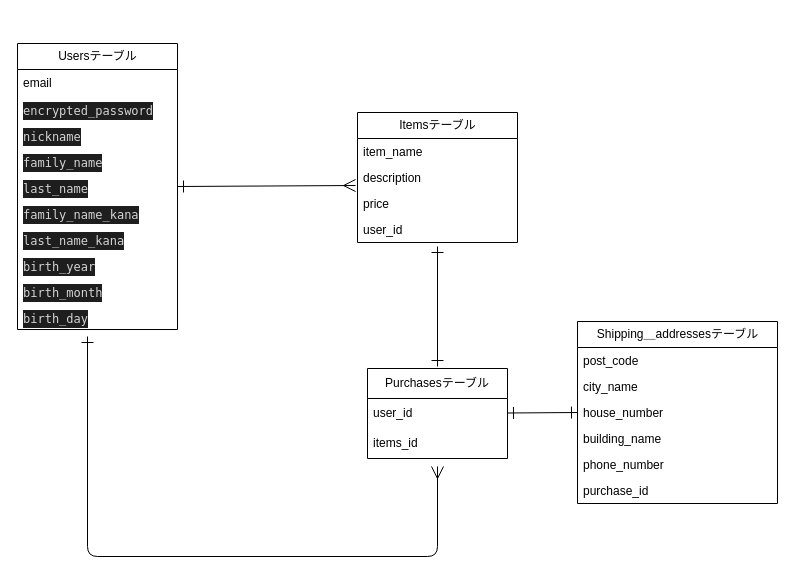
Before: er.dio in tosamau/furima-38803-1, a draw.io diagram. Source tidied: cells renumbered, new cells numbered last; positions are measured from the earlier drawing's top-left corner, leaving out a move shared by most shapes. Both pictures are drawn from the tidied source at 100%, with x=0, y=0 at pixel (17, 43).
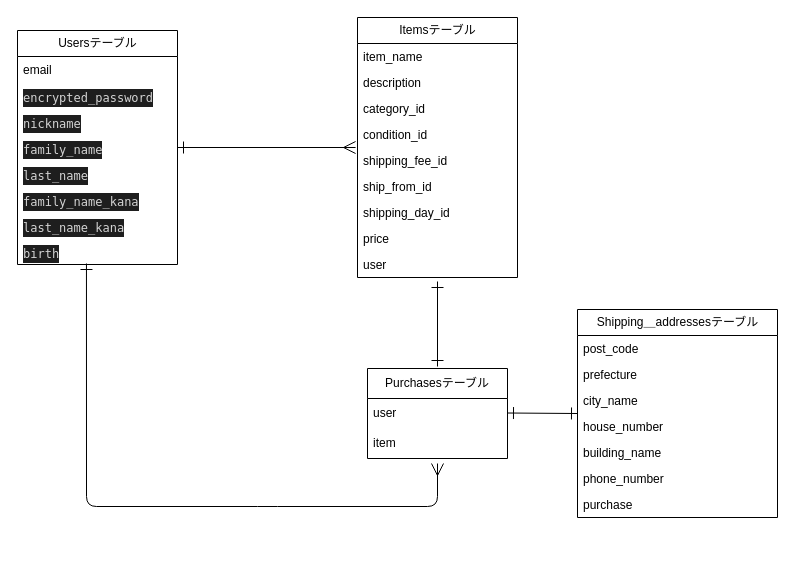
After the change.

The change refers to these unchanged cells:
```xml
<mxCell id="6" value="&lt;div style=&quot;color: rgb(212, 212, 212); background-color: rgb(30, 30, 30); font-family: Menlo, Monaco, &amp;quot;Courier New&amp;quot;, monospace; line-height: 18px;&quot;&gt;family_name&lt;/div&gt;" style="text;strokeColor=none;fillColor=none;align=left;verticalAlign=top;spacingLeft=4;spacingRight=4;overflow=hidden;points=[[0,0.5],[1,0.5]];portConstraint=eastwest;whiteSpace=wrap;html=1;" parent="2" vertex="1">
  <mxGeometry y="104" width="160" height="26" as="geometry" />
</mxCell>
<mxCell id="7" value="&lt;div style=&quot;color: rgb(212, 212, 212); background-color: rgb(30, 30, 30); font-family: Menlo, Monaco, &amp;quot;Courier New&amp;quot;, monospace; line-height: 18px;&quot;&gt;last_name&lt;/div&gt;" style="text;strokeColor=none;fillColor=none;align=left;verticalAlign=top;spacingLeft=4;spacingRight=4;overflow=hidden;points=[[0,0.5],[1,0.5]];portConstraint=eastwest;whiteSpace=wrap;html=1;" parent="2" vertex="1">
  <mxGeometry y="130" width="160" height="26" as="geometry" />
</mxCell>
<mxCell id="28" value="Purchasesテーブル" style="swimlane;fontStyle=0;horizontal=1;startSize=30;whiteSpace=wrap;html=1;" parent="1" vertex="1">
  <mxGeometry x="350" y="325" width="140" height="90" as="geometry" />
</mxCell>
```

What changed in the source:
```diff
@@
     <mxCell id="2" value="Usersテーブル" style="swimlane;fontStyle=0;horizontal=1;startSize=26;fillColor=none;html=1;" parent="1" vertex="1">
-      <mxGeometry width="160" height="286" as="geometry" />
+      <mxGeometry y="-13" width="160" height="234" as="geometry" />
     </mxCell>
@@
-    <mxCell id="10" value="&lt;div style=&quot;color: rgb(212, 212, 212); background-color: rgb(30, 30, 30); font-family: Menlo, Monaco, &amp;quot;Courier New&amp;quot;, monospace; line-height: 18px;&quot;&gt;birth_year&lt;/div&gt;" style="text;strokeColor=none;fillColor=none;align=left;verticalAlign=top;spacingLeft=4;spacingRight=4;overflow=hidden;points=[[0,0.5],[1,0.5]];portConstraint=eastwest;whiteSpace=wrap;html=1;" parent="2" vertex="1">
+    <mxCell id="10" value="&lt;div style=&quot;color: rgb(212, 212, 212); background-color: rgb(30, 30, 30); font-family: Menlo, Monaco, &amp;quot;Courier New&amp;quot;, monospace; line-height: 18px;&quot;&gt;birth&lt;/div&gt;" style="text;strokeColor=none;fillColor=none;align=left;verticalAlign=top;spacingLeft=4;spacingRight=4;overflow=hidden;points=[[0,0.5],[1,0.5]];portConstraint=eastwest;whiteSpace=wrap;html=1;" parent="2" vertex="1">
       <mxGeometry y="208" width="160" height="26" as="geometry" />
     </mxCell>
-    <mxCell id="11" value="&lt;div style=&quot;color: rgb(212, 212, 212); background-color: rgb(30, 30, 30); font-family: Menlo, Monaco, &amp;quot;Courier New&amp;quot;, monospace; line-height: 18px;&quot;&gt;birth_month&lt;/div&gt;" style="text;strokeColor=none;fillColor=none;align=left;verticalAlign=top;spacingLeft=4;spacingRight=4;overflow=hidden;whiteSpace=wrap;html=1;" parent="2" vertex="1">
-      <mxGeometry y="234" width="160" height="26" as="geometry" />
-    </mxCell>
-    <mxCell id="12" value="&lt;div style=&quot;color: rgb(212, 212, 212); background-color: rgb(30, 30, 30); font-family: Menlo, Monaco, &amp;quot;Courier New&amp;quot;, monospace; line-height: 18px;&quot;&gt;birth_day&lt;/div&gt;" style="text;strokeColor=none;fillColor=none;align=left;verticalAlign=top;spacingLeft=4;spacingRight=4;overflow=hidden;whiteSpace=wrap;html=1;" parent="2" vertex="1">
-      <mxGeometry y="260" width="160" height="26" as="geometry" />
-    </mxCell>
     <mxCell id="13" value="Itemsテーブル" style="swimlane;fontStyle=0;horizontal=1;startSize=26;fillColor=none;html=1;" parent="1" vertex="1">
-      <mxGeometry x="340" y="69" width="160" height="130" as="geometry" />
+      <mxGeometry x="340" y="-26" width="160" height="260" as="geometry" />
     </mxCell>
@@
+    <mxCell id="32" value="category_id" style="text;strokeColor=none;fillColor=none;align=left;verticalAlign=top;spacingLeft=4;spacingRight=4;overflow=hidden;whiteSpace=wrap;html=1;" parent="13" vertex="1">
+      <mxGeometry y="78" width="160" height="26" as="geometry" />
+    </mxCell>
+    <mxCell id="33" value="condition_id" style="text;strokeColor=none;fillColor=none;align=left;verticalAlign=top;spacingLeft=4;spacingRight=4;overflow=hidden;whiteSpace=wrap;html=1;" parent="13" vertex="1">
+      <mxGeometry y="104" width="160" height="26" as="geometry" />
+    </mxCell>
+    <mxCell id="34" value="shipping_fee_id" style="text;strokeColor=none;fillColor=none;align=left;verticalAlign=top;spacingLeft=4;spacingRight=4;overflow=hidden;points=[[0,0.5],[1,0.5]];portConstraint=eastwest;whiteSpace=wrap;html=1;" parent="13" vertex="1">
+      <mxGeometry y="130" width="160" height="26" as="geometry" />
+    </mxCell>
+    <mxCell id="35" value="ship_from_id" style="text;strokeColor=none;fillColor=none;align=left;verticalAlign=top;spacingLeft=4;spacingRight=4;overflow=hidden;whiteSpace=wrap;html=1;" parent="13" vertex="1">
+      <mxGeometry y="156" width="160" height="26" as="geometry" />
+    </mxCell>
+    <mxCell id="36" value="shipping_day_id" style="text;strokeColor=none;fillColor=none;align=left;verticalAlign=top;spacingLeft=4;spacingRight=4;overflow=hidden;whiteSpace=wrap;html=1;" parent="13" vertex="1">
+      <mxGeometry y="182" width="160" height="26" as="geometry" />
+    </mxCell>
     <mxCell id="16" value="price" style="text;strokeColor=none;fillColor=none;align=left;verticalAlign=top;spacingLeft=4;spacingRight=4;overflow=hidden;points=[[0,0.5],[1,0.5]];portConstraint=eastwest;whiteSpace=wrap;html=1;" parent="13" vertex="1">
-      <mxGeometry y="78" width="160" height="26" as="geometry" />
+      <mxGeometry y="208" width="160" height="26" as="geometry" />
     </mxCell>
-    <mxCell id="17" value="user_id" style="text;strokeColor=none;fillColor=none;align=left;verticalAlign=top;spacingLeft=4;spacingRight=4;overflow=hidden;points=[[0,0.5],[1,0.5]];portConstraint=eastwest;whiteSpace=wrap;html=1;" parent="13" vertex="1">
-      <mxGeometry y="104" width="160" height="26" as="geometry" />
+    <mxCell id="17" value="user" style="text;strokeColor=none;fillColor=none;align=left;verticalAlign=top;spacingLeft=4;spacingRight=4;overflow=hidden;points=[[0,0.5],[1,0.5]];portConstraint=eastwest;whiteSpace=wrap;html=1;" parent="13" vertex="1">
+      <mxGeometry y="234" width="160" height="26" as="geometry" />
     </mxCell>
@@
     <mxCell id="20" value="Shipping＿addressesテーブル" style="swimlane;fontStyle=0;horizontal=1;startSize=26;fillColor=none;html=1;" parent="1" vertex="1">
-      <mxGeometry x="560" y="278" width="200" height="182" as="geometry" />
+      <mxGeometry x="560" y="266" width="200" height="208" as="geometry" />
     </mxCell>
@@
-    <mxCell id="22" value="city_name" style="text;strokeColor=none;fillColor=none;align=left;verticalAlign=top;spacingLeft=4;spacingRight=4;overflow=hidden;whiteSpace=wrap;html=1;" parent="20" vertex="1">
+    <mxCell id="22" value="prefecture" style="text;strokeColor=none;fillColor=none;align=left;verticalAlign=top;spacingLeft=4;spacingRight=4;overflow=hidden;whiteSpace=wrap;html=1;" parent="20" vertex="1">
       <mxGeometry y="52" width="200" height="26" as="geometry" />
     </mxCell>
+    <mxCell id="37" value="city_name" style="text;strokeColor=none;fillColor=none;align=left;verticalAlign=top;spacingLeft=4;spacingRight=4;overflow=hidden;whiteSpace=wrap;html=1;" parent="20" vertex="1">
+      <mxGeometry y="78" width="200" height="26" as="geometry" />
+    </mxCell>
     <mxCell id="23" value="house_number" style="text;strokeColor=none;fillColor=none;align=left;verticalAlign=top;spacingLeft=4;spacingRight=4;overflow=hidden;whiteSpace=wrap;html=1;" parent="20" vertex="1">
-      <mxGeometry y="78" width="200" height="26" as="geometry" />
+      <mxGeometry y="104" width="200" height="26" as="geometry" />
     </mxCell>
     <mxCell id="24" value="building_name" style="text;strokeColor=none;fillColor=none;align=left;verticalAlign=top;spacingLeft=4;spacingRight=4;overflow=hidden;whiteSpace=wrap;html=1;" parent="20" vertex="1">
-      <mxGeometry y="104" width="200" height="26" as="geometry" />
+      <mxGeometry y="130" width="200" height="26" as="geometry" />
     </mxCell>
     <mxCell id="25" value="phone_number" style="text;strokeColor=none;fillColor=none;align=left;verticalAlign=top;spacingLeft=4;spacingRight=4;overflow=hidden;whiteSpace=wrap;html=1;" parent="20" vertex="1">
-      <mxGeometry y="130" width="200" height="26" as="geometry" />
+      <mxGeometry y="156" width="200" height="26" as="geometry" />
     </mxCell>
-    <mxCell id="26" value="purchase_id" style="text;strokeColor=none;fillColor=none;align=left;verticalAlign=top;spacingLeft=4;spacingRight=4;overflow=hidden;whiteSpace=wrap;html=1;" parent="20" vertex="1">
-      <mxGeometry y="156" width="200" height="26" as="geometry" />
+    <mxCell id="26" value="purchase" style="text;strokeColor=none;fillColor=none;align=left;verticalAlign=top;spacingLeft=4;spacingRight=4;overflow=hidden;whiteSpace=wrap;html=1;" parent="20" vertex="1">
+      <mxGeometry y="182" width="200" height="26" as="geometry" />
     </mxCell>
-    <mxCell id="27" style="edgeStyle=none;rounded=1;jumpSize=10;html=1;exitX=-0.012;exitY=-0.192;exitDx=0;exitDy=0;endArrow=ERone;endFill=0;startSize=10;endSize=10;startArrow=ERmany;startFill=0;exitPerimeter=0;entryX=1;entryY=0.5;entryDx=0;entryDy=0;" parent="1" edge="1" source="16" target="7">
+    <mxCell id="27" style="edgeStyle=none;rounded=1;jumpSize=10;html=1;exitX=-0.012;exitY=0;exitDx=0;exitDy=0;endArrow=ERone;endFill=0;startSize=10;endSize=10;startArrow=ERmany;startFill=0;exitPerimeter=0;entryX=1;entryY=0.5;entryDx=0;entryDy=0;" parent="1" edge="1" source="34" target="6">
       <mxGeometry relative="1" as="geometry" />
     </mxCell>
@@
-    <mxCell id="29" value="user_id" style="text;strokeColor=none;fillColor=none;align=left;verticalAlign=middle;spacingLeft=4;spacingRight=4;overflow=hidden;whiteSpace=wrap;html=1;" parent="28" vertex="1">
+    <mxCell id="29" value="user" style="text;strokeColor=none;fillColor=none;align=left;verticalAlign=middle;spacingLeft=4;spacingRight=4;overflow=hidden;whiteSpace=wrap;html=1;" parent="28" vertex="1">
       <mxGeometry y="30" width="140" height="30" as="geometry" />
     </mxCell>
-    <mxCell id="30" value="items_id" style="text;strokeColor=none;fillColor=none;align=left;verticalAlign=middle;spacingLeft=4;spacingRight=4;overflow=hidden;points=[[0,0.5],[1,0.5]];portConstraint=eastwest;whiteSpace=wrap;html=1;" parent="28" vertex="1">
+    <mxCell id="30" value="item" style="text;strokeColor=none;fillColor=none;align=left;verticalAlign=middle;spacingLeft=4;spacingRight=4;overflow=hidden;points=[[0,0.5],[1,0.5]];portConstraint=eastwest;whiteSpace=wrap;html=1;" parent="28" vertex="1">
       <mxGeometry y="60" width="140" height="30" as="geometry" />
     </mxCell>
-    <mxCell id="31" style="edgeStyle=none;rounded=1;jumpSize=10;html=1;startArrow=ERmany;startFill=0;endArrow=ERone;endFill=0;startSize=10;endSize=10;" parent="1" edge="1">
+    <mxCell id="31" style="edgeStyle=none;rounded=1;jumpSize=10;html=1;startArrow=ERmany;startFill=0;endArrow=ERone;endFill=0;startSize=10;endSize=10;entryX=0.431;entryY=0.962;entryDx=0;entryDy=0;entryPerimeter=0;exitX=0.5;exitY=1.167;exitDx=0;exitDy=0;exitPerimeter=0;" parent="1" edge="1" source="30" target="10">
       <mxGeometry relative="1" as="geometry">
-        <mxPoint x="420" y="423" as="sourcePoint" />
-        <mxPoint x="70" y="293" as="targetPoint" />
         <Array as="points">
-          <mxPoint x="420" y="513" />
-          <mxPoint x="70" y="513" />
+          <mxPoint x="420" y="463" />
+          <mxPoint x="250" y="463" />
+          <mxPoint x="69" y="463" />
         </Array>
       </mxGeometry>
     </mxCell>
```
